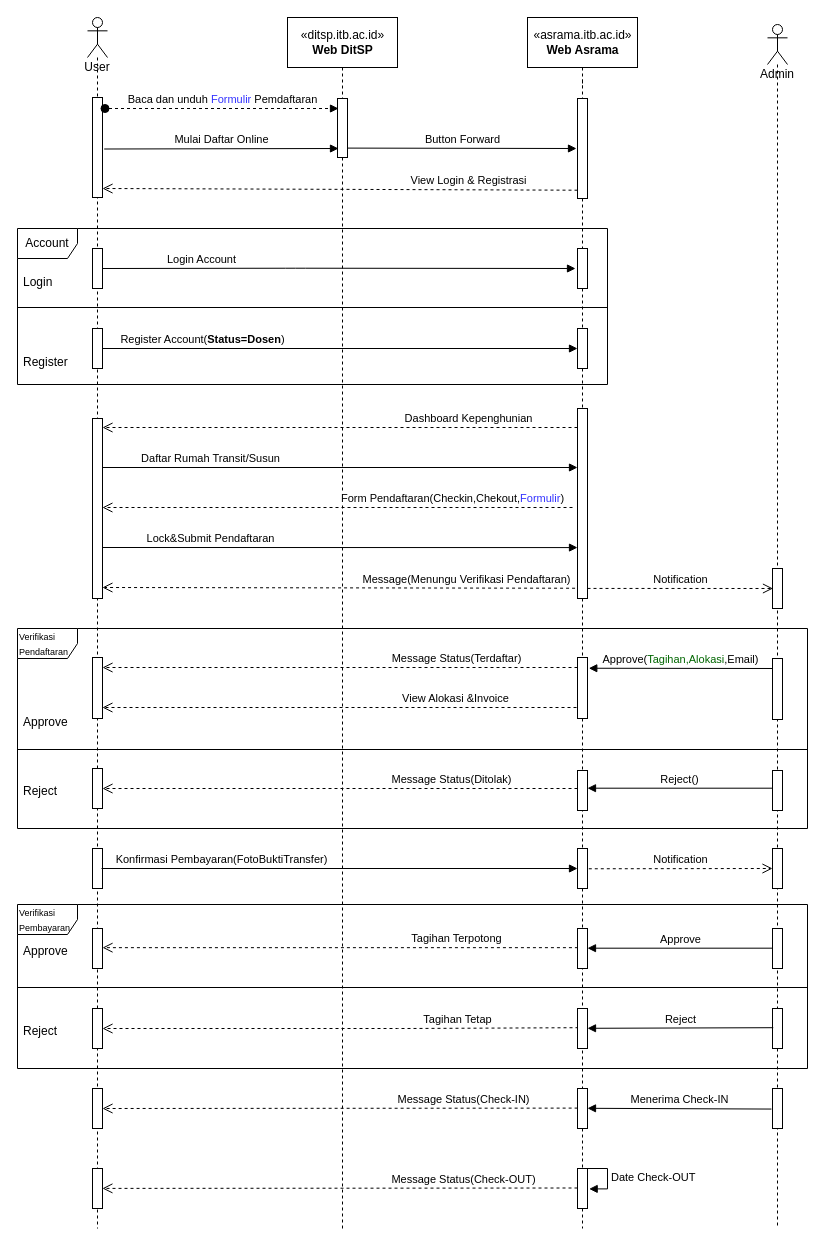
WardhaCS/wardhaonline keeps this draw.io diagram as UML DitSP V2.drawio. Above is the earlier version. Source tidied: cells renumbered, new cells numbered last; positions are measured from the earlier drawing's top-left corner, leaving out a move shared by most shapes. Both pictures are drawn from the tidied source at 100%, with x=0, y=0 at pixel (17, 17).
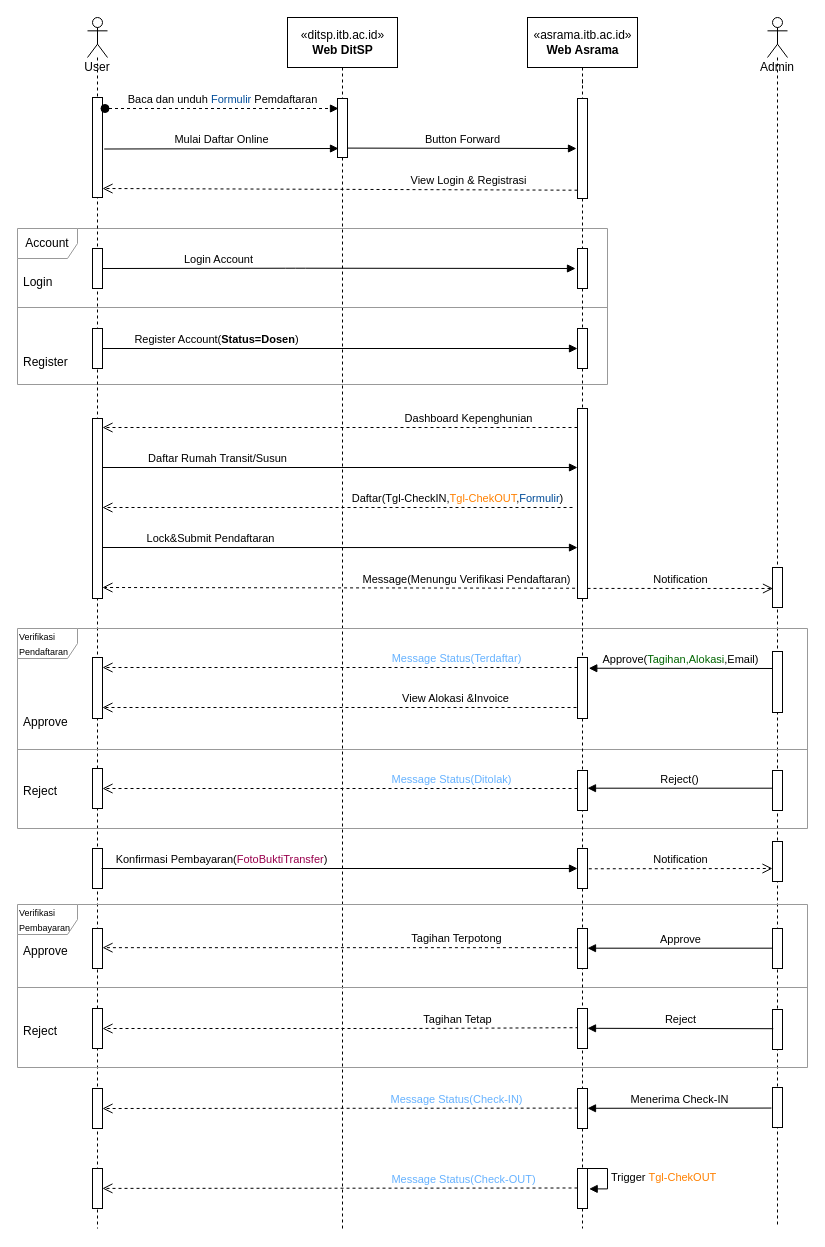
Above is the later version.

The change refers to these unchanged cells:
```xml
<mxCell id="7" value="&lt;div&gt;&lt;span&gt;User&lt;/span&gt;&lt;/div&gt;" style="shape=umlLifeline;participant=umlActor;perimeter=lifelinePerimeter;whiteSpace=wrap;html=1;verticalAlign=top;spacingTop=36;align=center;" parent="1" vertex="1">
  <mxGeometry x="70" width="20" height="1211" as="geometry" />
</mxCell>
<mxCell id="54" style="html=1;points=[];perimeter=orthogonalPerimeter;" parent="1" vertex="1">
  <mxGeometry x="560" y="311" width="10" height="40" as="geometry" />
</mxCell>
<mxCell id="59" style="html=1;points=[];perimeter=orthogonalPerimeter;" parent="1" vertex="1">
  <mxGeometry x="560" y="391" width="10" height="190" as="geometry" />
</mxCell>
<mxCell id="61" style="html=1;points=[];perimeter=orthogonalPerimeter;" parent="1" vertex="1">
  <mxGeometry x="75" y="640" width="10" height="61" as="geometry" />
</mxCell>
<mxCell id="63" style="html=1;points=[];perimeter=orthogonalPerimeter;" parent="1" vertex="1">
  <mxGeometry x="75" y="751" width="10" height="40" as="geometry" />
</mxCell>
<mxCell id="75" style="html=1;points=[];perimeter=orthogonalPerimeter;" parent="1" vertex="1">
  <mxGeometry x="560" y="1071" width="10" height="40" as="geometry" />
</mxCell>
<mxCell id="77" style="html=1;points=[];perimeter=orthogonalPerimeter;" parent="1" vertex="1">
  <mxGeometry x="560" y="640" width="10" height="61" as="geometry" />
</mxCell>
<mxCell id="78" style="html=1;points=[];perimeter=orthogonalPerimeter;" parent="1" vertex="1">
  <mxGeometry x="560" y="753" width="10" height="40" as="geometry" />
</mxCell>
<mxCell id="83" style="html=1;points=[];perimeter=orthogonalPerimeter;" parent="1" vertex="1">
  <mxGeometry x="560" y="1151" width="10" height="40" as="geometry" />
</mxCell>
```

Change to the diagram source:
```diff
@@
-    <mxCell id="2" value="Account" style="shape=umlFrame;whiteSpace=wrap;html=1;" parent="1" vertex="1">
+    <mxCell id="2" value="Account" style="shape=umlFrame;whiteSpace=wrap;html=1;strokeColor=#999999;" parent="1" vertex="1">
       <mxGeometry y="211" width="590" height="156" as="geometry" />
     </mxCell>
@@
     <mxCell id="8" value="Daftar Rumah Transit/Susun" style="html=1;verticalAlign=bottom;endArrow=block;" parent="7" edge="1" target="59">
-      <mxGeometry x="-0.53" relative="1" as="geometry">
+      <mxGeometry x="-0.5" relative="1" as="geometry">
         <mxPoint x="10" y="450" as="sourcePoint" />
       </mxGeometry>
     </mxCell>
@@
     <mxCell id="15" value="Admin" style="shape=umlLifeline;participant=umlActor;perimeter=lifelinePerimeter;whiteSpace=wrap;html=1;verticalAlign=top;spacingTop=36;" parent="1" vertex="1">
-      <mxGeometry x="750" y="7" width="20" height="1204" as="geometry" />
+      <mxGeometry x="750" width="20" height="1210" as="geometry" />
     </mxCell>
     <mxCell id="16" style="html=1;perimeter=orthogonalPerimeter;" parent="15" vertex="1">
-      <mxGeometry x="5" y="544" width="10" height="40" as="geometry" />
+      <mxGeometry x="5" y="550" width="10" height="40" as="geometry" />
     </mxCell>
@@
     <mxCell id="19" style="html=1;points=[];perimeter=orthogonalPerimeter;" parent="15" vertex="1">
-      <mxGeometry x="5" y="984" width="10" height="40" as="geometry" />
+      <mxGeometry x="5" y="992" width="10" height="40" as="geometry" />
     </mxCell>
     <mxCell id="20" style="html=1;points=[];perimeter=orthogonalPerimeter;" parent="15" vertex="1">
-      <mxGeometry x="5" y="1064" width="10" height="40" as="geometry" />
+      <mxGeometry x="5" y="1070" width="10" height="40" as="geometry" />
     </mxCell>
@@
-    <mxCell id="24" style="line;strokeWidth=1;fillColor=none;align=left;verticalAlign=middle;spacingTop=-1;spacingLeft=3;spacingRight=3;labelPosition=right;" parent="1" vertex="1">
+    <mxCell id="24" style="line;strokeWidth=1;fillColor=none;align=left;verticalAlign=middle;spacingTop=-1;spacingLeft=3;spacingRight=3;labelPosition=right;strokeColor=#999999;" parent="1" vertex="1">
       <mxGeometry y="286" width="590" height="8" as="geometry" />
     </mxCell>
@@
-    <mxCell id="28" value="Form Pendaftaran(Checkin,Chekout,&lt;font color=&quot;#3333ff&quot;&gt;Formulir&lt;/font&gt;)" style="html=1;verticalAlign=bottom;endArrow=open;dashed=1;endSize=8;" parent="1" edge="1">
-      <mxGeometry x="-0.49" relative="1" as="geometry">
+    <mxCell id="28" value="Daftar(Tgl-CheckIN,&lt;font color=&quot;#ff8000&quot;&gt;Tgl-ChekOUT&lt;/font&gt;,&lt;font color=&quot;#004c99&quot;&gt;Formulir&lt;/font&gt;)" style="html=1;verticalAlign=bottom;endArrow=open;dashed=1;endSize=8;" parent="1" edge="1">
+      <mxGeometry x="-0.51" relative="1" as="geometry">
         <mxPoint x="555" y="490" as="sourcePoint" />
         <mxPoint x="84.9" y="490" as="targetPoint" />
       </mxGeometry>
     </mxCell>
@@
-    <mxCell id="31" value="&lt;font style=&quot;font-size: 9px&quot;&gt;Verifikasi Pendaftaran&lt;/font&gt;" style="shape=umlFrame;whiteSpace=wrap;html=1;align=left;" parent="1" vertex="1">
+    <mxCell id="31" value="&lt;font style=&quot;font-size: 9px&quot;&gt;Verifikasi Pendaftaran&lt;/font&gt;" style="shape=umlFrame;whiteSpace=wrap;html=1;align=left;strokeColor=#999999;" parent="1" vertex="1">
       <mxGeometry y="611" width="790" height="200" as="geometry" />
     </mxCell>
@@
-    <mxCell id="34" style="line;strokeWidth=1;fillColor=none;align=left;verticalAlign=middle;spacingTop=-1;spacingLeft=3;spacingRight=3;labelPosition=right;" parent="1" vertex="1">
+    <mxCell id="34" style="line;strokeWidth=1;fillColor=none;align=left;verticalAlign=middle;spacingTop=-1;spacingLeft=3;spacingRight=3;labelPosition=right;strokeColor=#999999;" parent="1" vertex="1">
       <mxGeometry y="728" width="790" height="8" as="geometry" />
     </mxCell>
@@
-    <mxCell id="38" value="Konfirmasi Pembayaran(FotoBuktiTransfer)" style="html=1;verticalAlign=bottom;endArrow=block;entryX=0;entryY=0.475;entryDx=0;entryDy=0;entryPerimeter=0;" parent="1" edge="1">
+    <mxCell id="38" value="Konfirmasi Pembayaran(&lt;font color=&quot;#99004d&quot;&gt;FotoBuktiTransfer&lt;/font&gt;)" style="html=1;verticalAlign=bottom;endArrow=block;entryX=0;entryY=0.475;entryDx=0;entryDy=0;entryPerimeter=0;" parent="1" edge="1">
       <mxGeometry x="-0.49" relative="1" as="geometry">
         <mxPoint x="84" y="851" as="sourcePoint" />
         <mxPoint x="560" y="851" as="targetPoint" />
         <mxPoint x="-1" as="offset" />
       </mxGeometry>
     </mxCell>
@@
-    <mxCell id="40" value="&lt;font style=&quot;font-size: 9px&quot;&gt;Verifikasi Pembayaran&lt;/font&gt;" style="shape=umlFrame;whiteSpace=wrap;html=1;align=left;" parent="1" vertex="1">
-      <mxGeometry y="887" width="790" height="164" as="geometry" />
+    <mxCell id="40" value="&lt;font style=&quot;font-size: 9px&quot;&gt;Verifikasi Pembayaran&lt;/font&gt;" style="shape=umlFrame;whiteSpace=wrap;html=1;align=left;strokeColor=#999999;" parent="1" vertex="1">
+      <mxGeometry y="887" width="790" height="163" as="geometry" />
     </mxCell>
@@
-    <mxCell id="43" style="line;strokeWidth=1;fillColor=none;align=left;verticalAlign=middle;spacingTop=-1;spacingLeft=3;spacingRight=3;labelPosition=right;" parent="1" vertex="1">
+    <mxCell id="43" style="line;strokeWidth=1;fillColor=none;align=left;verticalAlign=middle;spacingTop=-1;spacingLeft=3;spacingRight=3;labelPosition=right;strokeColor=#999999;" parent="1" vertex="1">
       <mxGeometry y="966" width="790" height="8" as="geometry" />
     </mxCell>
@@
-    <mxCell id="48" value="Baca dan unduh &lt;font color=&quot;#3333ff&quot;&gt;Formulir&lt;/font&gt; Pemdaftaran" style="html=1;verticalAlign=bottom;startArrow=oval;startFill=1;endArrow=block;startSize=8;dashed=1;entryX=0.1;entryY=0.263;entryDx=0;entryDy=0;entryPerimeter=0;exitX=1.25;exitY=0.15;exitDx=0;exitDy=0;exitPerimeter=0;" parent="1" edge="1">
+    <mxCell id="48" value="Baca dan unduh &lt;font color=&quot;#004c99&quot;&gt;Formulir&lt;/font&gt; Pemdaftaran" style="html=1;verticalAlign=bottom;startArrow=oval;startFill=1;endArrow=block;startSize=8;dashed=1;entryX=0.1;entryY=0.263;entryDx=0;entryDy=0;entryPerimeter=0;exitX=1.25;exitY=0.15;exitDx=0;exitDy=0;exitPerimeter=0;" parent="1" edge="1">
       <mxGeometry relative="1" as="geometry">
         <mxPoint x="87.5" y="91" as="sourcePoint" />
         <mxPoint x="321" y="91" as="targetPoint" />
       </mxGeometry>
     </mxCell>
@@
     <mxCell id="51" value="Login Account" style="html=1;verticalAlign=bottom;endArrow=block;" parent="1" edge="1">
-      <mxGeometry x="-0.58" relative="1" as="geometry">
+      <mxGeometry x="-0.18" y="-78" relative="1" as="geometry">
         <mxPoint x="85" y="251" as="sourcePoint" />
         <mxPoint x="558" y="251" as="targetPoint" />
         <Array as="points">
           <mxPoint x="278" y="250.7" />
         </Array>
+        <mxPoint x="-78" y="-78" as="offset" />
       </mxGeometry>
     </mxCell>
@@
     <mxCell id="56" value="Register Account(&lt;b&gt;Status=Dosen&lt;/b&gt;)" style="html=1;verticalAlign=bottom;endArrow=block;entryX=0;entryY=0.5;entryDx=0;entryDy=0;entryPerimeter=0;" parent="1" edge="1" target="54">
-      <mxGeometry x="-0.58" relative="1" as="geometry">
+      <mxGeometry x="-0.52" relative="1" as="geometry">
         <mxPoint x="85" y="331" as="sourcePoint" />
       </mxGeometry>
     </mxCell>
@@
-    <mxCell id="62" value="Message Status(Terdaftar)" style="html=1;verticalAlign=bottom;endArrow=open;dashed=1;endSize=8;exitX=0;exitY=0.164;exitDx=0;exitDy=0;exitPerimeter=0;" parent="1" edge="1" source="77" target="61">
+    <mxCell id="62" value="&lt;font color=&quot;#66b2ff&quot;&gt;Message Status(Terdaftar)&lt;/font&gt;" style="html=1;verticalAlign=bottom;endArrow=open;dashed=1;endSize=8;exitX=0;exitY=0.164;exitDx=0;exitDy=0;exitPerimeter=0;" parent="1" edge="1" source="77" target="61">
       <mxGeometry x="-0.49" relative="1" as="geometry" />
     </mxCell>
@@
-    <mxCell id="64" value="Message Status(Ditolak)" style="html=1;verticalAlign=bottom;endArrow=open;dashed=1;endSize=8;exitX=0;exitY=0.45;exitDx=0;exitDy=0;exitPerimeter=0;" parent="1" edge="1" source="78" target="63">
+    <mxCell id="64" value="&lt;font color=&quot;#66b2ff&quot;&gt;Message Status(Ditolak)&lt;/font&gt;" style="html=1;verticalAlign=bottom;endArrow=open;dashed=1;endSize=8;exitX=0;exitY=0.45;exitDx=0;exitDy=0;exitPerimeter=0;" parent="1" edge="1" source="78" target="63">
       <mxGeometry x="-0.26" y="-50" relative="1" as="geometry">
         <Array as="points">
           <mxPoint x="390" y="771" />
         </Array>
         <mxPoint x="50" y="50" as="offset" />
       </mxGeometry>
     </mxCell>
@@
-    <mxCell id="74" value="Message Status(Check-IN)" style="html=1;verticalAlign=bottom;endArrow=open;dashed=1;endSize=8;exitX=0.014;exitY=0.49;exitDx=0;exitDy=0;exitPerimeter=0;" parent="1" edge="1" source="75">
-      <mxGeometry x="-0.52" relative="1" as="geometry">
+    <mxCell id="74" value="&lt;font color=&quot;#66b2ff&quot;&gt;Message Status(Check-IN)&lt;/font&gt;" style="html=1;verticalAlign=bottom;endArrow=open;dashed=1;endSize=8;exitX=0.014;exitY=0.49;exitDx=0;exitDy=0;exitPerimeter=0;" parent="1" edge="1" source="75">
+      <mxGeometry x="-0.49" relative="1" as="geometry">
         <mxPoint x="85" y="1091" as="targetPoint" />
       </mxGeometry>
     </mxCell>
@@
-    <mxCell id="82" value="Message Status(Check-OUT)" style="html=1;verticalAlign=bottom;endArrow=open;dashed=1;endSize=8;exitX=0.014;exitY=0.49;exitDx=0;exitDy=0;exitPerimeter=0;" parent="1" edge="1">
+    <mxCell id="82" value="&lt;font color=&quot;#66b2ff&quot;&gt;Message Status(Check-OUT)&lt;/font&gt;" style="html=1;verticalAlign=bottom;endArrow=open;dashed=1;endSize=8;exitX=0.014;exitY=0.49;exitDx=0;exitDy=0;exitPerimeter=0;" parent="1" edge="1">
       <mxGeometry x="-0.52" relative="1" as="geometry">
         <mxPoint x="560" y="1170.5" as="sourcePoint" />
         <mxPoint x="84.9" y="1170.9" as="targetPoint" />
       </mxGeometry>
     </mxCell>
@@
-    <mxCell id="84" value="Date Check-OUT" style="edgeStyle=orthogonalEdgeStyle;html=1;align=left;spacingLeft=2;endArrow=block;rounded=0;entryX=1.167;entryY=0.51;entryDx=0;entryDy=0;entryPerimeter=0;" parent="1" edge="1" target="83">
+    <mxCell id="84" value="Trigger&amp;nbsp;&lt;span style=&quot;color: rgb(255 , 128 , 0) ; text-align: center&quot;&gt;Tgl-ChekOUT&lt;/span&gt;" style="edgeStyle=orthogonalEdgeStyle;html=1;align=left;spacingLeft=2;endArrow=block;rounded=0;entryX=1.167;entryY=0.51;entryDx=0;entryDy=0;entryPerimeter=0;" parent="1" edge="1" target="83">
       <mxGeometry relative="1" as="geometry">
         <mxPoint x="570" y="1151" as="sourcePoint" />
         <Array as="points">
           <mxPoint x="590" y="1151" />
           <mxPoint x="590" y="1171" />
           <mxPoint x="572" y="1171" />
         </Array>
       </mxGeometry>
     </mxCell>
```
